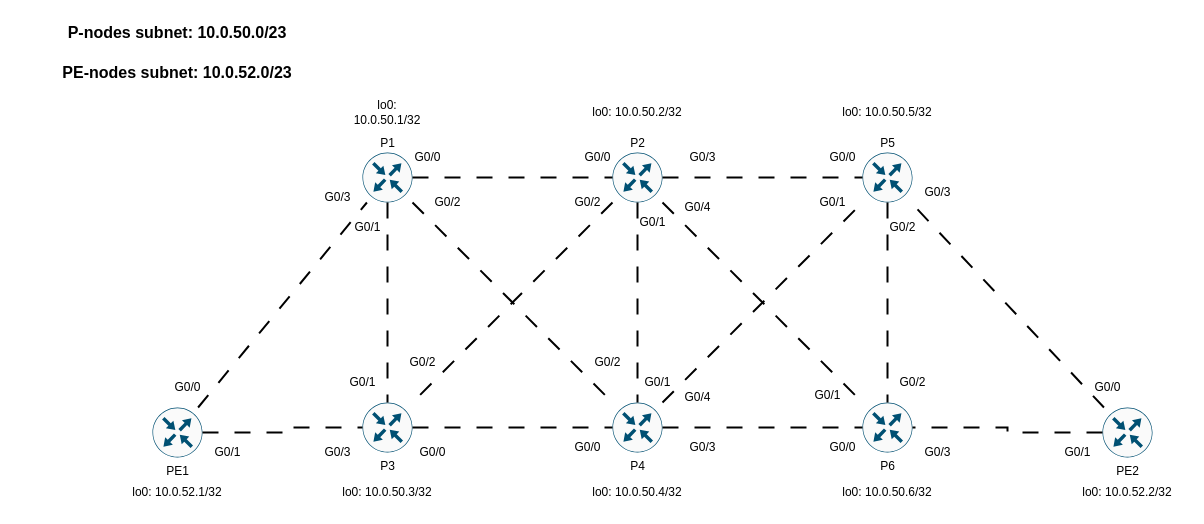
Earlier version of the draw.io diagram page "Loopback IPv4 addresses diagram" (4 of 8) of eve-ng-labs/002-ISP-MPLS-Juniper-Lab/ISP-MPLS-Lab-Diagram.drawio (roxron/networking-labs). Source tidied: cells renumbered, new cells numbered last; positions are measured from the earlier drawing's top-left corner, leaving out a move shared by most shapes. Both pictures are drawn from the tidied source at 100%, with x=0, y=0 at pixel (17, 17).
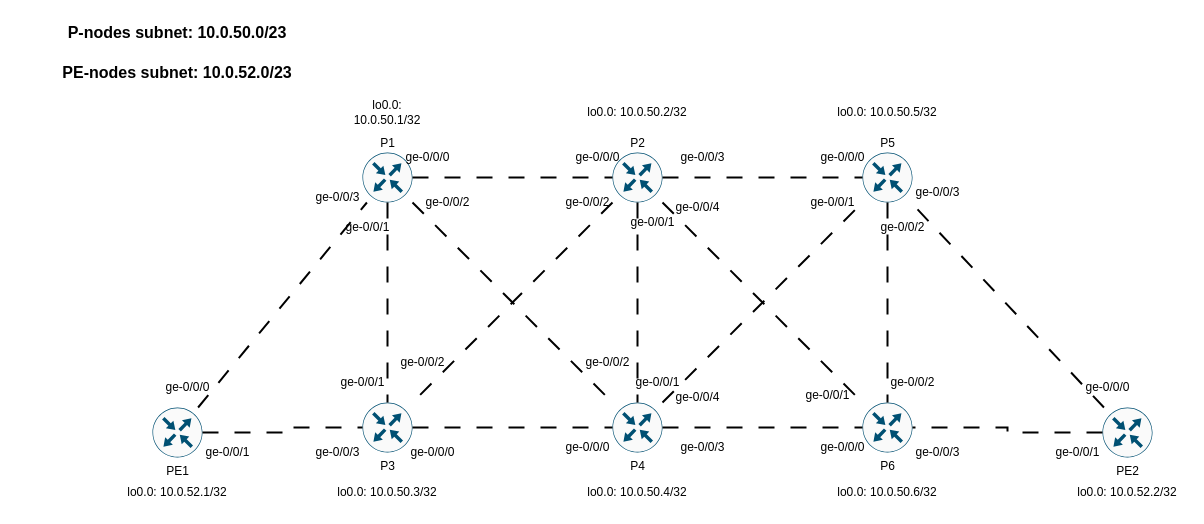
The same diagram, later.

What changed in the source:
```diff
@@
-    <mxCell id="6" value="G0/0" style="text;html=1;align=center;verticalAlign=middle;strokeColor=none;fillColor=none;" parent="1" vertex="1">
+    <mxCell id="6" value="ge-0/0/0" style="text;html=1;align=center;verticalAlign=middle;strokeColor=none;fillColor=none;" parent="1" vertex="1">
       <mxGeometry x="375" y="120" width="70" height="40" as="geometry" />
     </mxCell>
-    <mxCell id="7" value="G0/0" style="text;html=1;align=center;verticalAlign=middle;strokeColor=none;fillColor=none;" parent="1" vertex="1">
+    <mxCell id="7" value="ge-0/0/0" style="text;html=1;align=center;verticalAlign=middle;strokeColor=none;fillColor=none;" parent="1" vertex="1">
       <mxGeometry x="545" y="120" width="70" height="40" as="geometry" />
     </mxCell>
@@
-    <mxCell id="14" value="G0/1" style="text;html=1;align=center;verticalAlign=middle;strokeColor=none;fillColor=none;" parent="1" vertex="1">
+    <mxCell id="14" value="ge-0/0/1" style="text;html=1;align=center;verticalAlign=middle;strokeColor=none;fillColor=none;" parent="1" vertex="1">
       <mxGeometry x="315" y="190" width="70" height="40" as="geometry" />
     </mxCell>
-    <mxCell id="15" value="G0/1" style="text;html=1;align=center;verticalAlign=middle;strokeColor=none;fillColor=none;" parent="1" vertex="1">
+    <mxCell id="15" value="ge-0/0/1" style="text;html=1;align=center;verticalAlign=middle;strokeColor=none;fillColor=none;" parent="1" vertex="1">
       <mxGeometry x="310" y="345" width="70" height="40" as="geometry" />
     </mxCell>
@@
-    <mxCell id="17" value="G0/1" style="text;html=1;align=center;verticalAlign=middle;strokeColor=none;fillColor=none;" parent="1" vertex="1">
+    <mxCell id="17" value="ge-0/0/1" style="text;html=1;align=center;verticalAlign=middle;strokeColor=none;fillColor=none;" parent="1" vertex="1">
       <mxGeometry x="600" y="185" width="70" height="40" as="geometry" />
     </mxCell>
-    <mxCell id="18" value="G0/1" style="text;html=1;align=center;verticalAlign=middle;strokeColor=none;fillColor=none;" parent="1" vertex="1">
+    <mxCell id="18" value="ge-0/0/1" style="text;html=1;align=center;verticalAlign=middle;strokeColor=none;fillColor=none;" parent="1" vertex="1">
       <mxGeometry x="605" y="345" width="70" height="40" as="geometry" />
     </mxCell>
@@
-    <mxCell id="20" value="G0/0" style="text;html=1;align=center;verticalAlign=middle;strokeColor=none;fillColor=none;" parent="1" vertex="1">
+    <mxCell id="20" value="ge-0/0/0" style="text;html=1;align=center;verticalAlign=middle;strokeColor=none;fillColor=none;" parent="1" vertex="1">
       <mxGeometry x="380" y="415" width="70" height="40" as="geometry" />
     </mxCell>
-    <mxCell id="21" value="G0/0" style="text;html=1;align=center;verticalAlign=middle;strokeColor=none;fillColor=none;" parent="1" vertex="1">
+    <mxCell id="21" value="ge-0/0/0" style="text;html=1;align=center;verticalAlign=middle;strokeColor=none;fillColor=none;" parent="1" vertex="1">
       <mxGeometry x="535" y="410" width="70" height="40" as="geometry" />
     </mxCell>
@@
-    <mxCell id="25" value="G0/2" style="text;html=1;align=center;verticalAlign=middle;strokeColor=none;fillColor=none;" parent="1" vertex="1">
+    <mxCell id="25" value="ge-0/0/2" style="text;html=1;align=center;verticalAlign=middle;strokeColor=none;fillColor=none;" parent="1" vertex="1">
       <mxGeometry x="395" y="165" width="70" height="40" as="geometry" />
     </mxCell>
-    <mxCell id="26" value="G0/2" style="text;html=1;align=center;verticalAlign=middle;strokeColor=none;fillColor=none;" parent="1" vertex="1">
+    <mxCell id="26" value="ge-0/0/2" style="text;html=1;align=center;verticalAlign=middle;strokeColor=none;fillColor=none;" parent="1" vertex="1">
       <mxGeometry x="555" y="325" width="70" height="40" as="geometry" />
     </mxCell>
@@
-    <mxCell id="28" value="G0/2" style="text;html=1;align=center;verticalAlign=middle;strokeColor=none;fillColor=none;" parent="1" vertex="1">
+    <mxCell id="28" value="ge-0/0/2" style="text;html=1;align=center;verticalAlign=middle;strokeColor=none;fillColor=none;" parent="1" vertex="1">
       <mxGeometry x="535" y="165" width="70" height="40" as="geometry" />
     </mxCell>
-    <mxCell id="29" value="G0/2" style="text;html=1;align=center;verticalAlign=middle;strokeColor=none;fillColor=none;" parent="1" vertex="1">
+    <mxCell id="29" value="ge-0/0/2" style="text;html=1;align=center;verticalAlign=middle;strokeColor=none;fillColor=none;" parent="1" vertex="1">
       <mxGeometry x="370" y="325" width="70" height="40" as="geometry" />
     </mxCell>
@@
-    <mxCell id="34" value="G0/3" style="text;html=1;align=center;verticalAlign=middle;strokeColor=none;fillColor=none;" parent="1" vertex="1">
+    <mxCell id="34" value="ge-0/0/3" style="text;html=1;align=center;verticalAlign=middle;strokeColor=none;fillColor=none;" parent="1" vertex="1">
       <mxGeometry x="650" y="120" width="70" height="40" as="geometry" />
     </mxCell>
-    <mxCell id="35" value="G0/0" style="text;html=1;align=center;verticalAlign=middle;strokeColor=none;fillColor=none;" parent="1" vertex="1">
+    <mxCell id="35" value="ge-0/0/0" style="text;html=1;align=center;verticalAlign=middle;strokeColor=none;fillColor=none;" parent="1" vertex="1">
       <mxGeometry x="790" y="120" width="70" height="40" as="geometry" />
     </mxCell>
@@
-    <mxCell id="38" value="G0/4" style="text;html=1;align=center;verticalAlign=middle;strokeColor=none;fillColor=none;" parent="1" vertex="1">
+    <mxCell id="38" value="ge-0/0/4" style="text;html=1;align=center;verticalAlign=middle;strokeColor=none;fillColor=none;" parent="1" vertex="1">
       <mxGeometry x="645" y="170" width="70" height="40" as="geometry" />
     </mxCell>
-    <mxCell id="39" value="G0/1" style="text;html=1;align=center;verticalAlign=middle;strokeColor=none;fillColor=none;" parent="1" vertex="1">
+    <mxCell id="39" value="ge-0/0/1" style="text;html=1;align=center;verticalAlign=middle;strokeColor=none;fillColor=none;" parent="1" vertex="1">
       <mxGeometry x="775" y="358" width="70" height="40" as="geometry" />
     </mxCell>
@@
-    <mxCell id="42" value="G0/3" style="text;html=1;align=center;verticalAlign=middle;strokeColor=none;fillColor=none;" parent="1" vertex="1">
+    <mxCell id="42" value="ge-0/0/3" style="text;html=1;align=center;verticalAlign=middle;strokeColor=none;fillColor=none;" parent="1" vertex="1">
       <mxGeometry x="650" y="410" width="70" height="40" as="geometry" />
     </mxCell>
-    <mxCell id="43" value="G0/0" style="text;html=1;align=center;verticalAlign=middle;strokeColor=none;fillColor=none;" parent="1" vertex="1">
+    <mxCell id="43" value="ge-0/0/0" style="text;html=1;align=center;verticalAlign=middle;strokeColor=none;fillColor=none;" parent="1" vertex="1">
       <mxGeometry x="790" y="410" width="70" height="40" as="geometry" />
     </mxCell>
@@
-    <mxCell id="46" value="G0/4" style="text;html=1;align=center;verticalAlign=middle;strokeColor=none;fillColor=none;" parent="1" vertex="1">
+    <mxCell id="46" value="ge-0/0/4" style="text;html=1;align=center;verticalAlign=middle;strokeColor=none;fillColor=none;" parent="1" vertex="1">
       <mxGeometry x="645" y="360" width="70" height="40" as="geometry" />
     </mxCell>
-    <mxCell id="47" value="G0/1" style="text;html=1;align=center;verticalAlign=middle;strokeColor=none;fillColor=none;" parent="1" vertex="1">
+    <mxCell id="47" value="ge-0/0/1" style="text;html=1;align=center;verticalAlign=middle;strokeColor=none;fillColor=none;" parent="1" vertex="1">
       <mxGeometry x="780" y="165" width="70" height="40" as="geometry" />
     </mxCell>
@@
-    <mxCell id="50" value="G0/2" style="text;html=1;align=center;verticalAlign=middle;strokeColor=none;fillColor=none;" parent="1" vertex="1">
+    <mxCell id="50" value="ge-0/0/2" style="text;html=1;align=center;verticalAlign=middle;strokeColor=none;fillColor=none;" parent="1" vertex="1">
       <mxGeometry x="850" y="190" width="70" height="40" as="geometry" />
     </mxCell>
-    <mxCell id="51" value="G0/2" style="text;html=1;align=center;verticalAlign=middle;strokeColor=none;fillColor=none;" parent="1" vertex="1">
+    <mxCell id="51" value="ge-0/0/2" style="text;html=1;align=center;verticalAlign=middle;strokeColor=none;fillColor=none;" parent="1" vertex="1">
       <mxGeometry x="860" y="345" width="70" height="40" as="geometry" />
     </mxCell>
@@
-    <mxCell id="56" value="G0/0" style="text;html=1;align=center;verticalAlign=middle;strokeColor=none;fillColor=none;" parent="1" vertex="1">
+    <mxCell id="56" value="ge-0/0/0" style="text;html=1;align=center;verticalAlign=middle;strokeColor=none;fillColor=none;" parent="1" vertex="1">
       <mxGeometry x="135" y="350" width="70" height="40" as="geometry" />
     </mxCell>
-    <mxCell id="57" value="G0/3" style="text;html=1;align=center;verticalAlign=middle;strokeColor=none;fillColor=none;" parent="1" vertex="1">
+    <mxCell id="57" value="ge-0/0/3" style="text;html=1;align=center;verticalAlign=middle;strokeColor=none;fillColor=none;" parent="1" vertex="1">
       <mxGeometry x="285" y="160" width="70" height="40" as="geometry" />
     </mxCell>
@@
-    <mxCell id="60" value="G0/1" style="text;html=1;align=center;verticalAlign=middle;strokeColor=none;fillColor=none;" parent="1" vertex="1">
+    <mxCell id="60" value="ge-0/0/1" style="text;html=1;align=center;verticalAlign=middle;strokeColor=none;fillColor=none;" parent="1" vertex="1">
       <mxGeometry x="175" y="415" width="70" height="40" as="geometry" />
     </mxCell>
-    <mxCell id="61" value="G0/3" style="text;html=1;align=center;verticalAlign=middle;strokeColor=none;fillColor=none;" parent="1" vertex="1">
+    <mxCell id="61" value="ge-0/0/3" style="text;html=1;align=center;verticalAlign=middle;strokeColor=none;fillColor=none;" parent="1" vertex="1">
       <mxGeometry x="285" y="415" width="70" height="40" as="geometry" />
     </mxCell>
@@
-    <mxCell id="64" value="G0/0" style="text;html=1;align=center;verticalAlign=middle;strokeColor=none;fillColor=none;" parent="1" vertex="1">
+    <mxCell id="64" value="ge-0/0/0" style="text;html=1;align=center;verticalAlign=middle;strokeColor=none;fillColor=none;" parent="1" vertex="1">
       <mxGeometry x="1055" y="350" width="70" height="40" as="geometry" />
     </mxCell>
-    <mxCell id="65" value="G0/3" style="text;html=1;align=center;verticalAlign=middle;strokeColor=none;fillColor=none;" parent="1" vertex="1">
+    <mxCell id="65" value="ge-0/0/3" style="text;html=1;align=center;verticalAlign=middle;strokeColor=none;fillColor=none;" parent="1" vertex="1">
       <mxGeometry x="885" y="155" width="70" height="40" as="geometry" />
     </mxCell>
@@
-    <mxCell id="68" value="G0/1" style="text;html=1;align=center;verticalAlign=middle;strokeColor=none;fillColor=none;" parent="1" vertex="1">
+    <mxCell id="68" value="ge-0/0/1" style="text;html=1;align=center;verticalAlign=middle;strokeColor=none;fillColor=none;" parent="1" vertex="1">
       <mxGeometry x="1025" y="415" width="70" height="40" as="geometry" />
     </mxCell>
-    <mxCell id="69" value="G0/3" style="text;html=1;align=center;verticalAlign=middle;strokeColor=none;fillColor=none;" parent="1" vertex="1">
+    <mxCell id="69" value="ge-0/0/3" style="text;html=1;align=center;verticalAlign=middle;strokeColor=none;fillColor=none;" parent="1" vertex="1">
       <mxGeometry x="885" y="415" width="70" height="40" as="geometry" />
     </mxCell>
@@
-    <mxCell id="72" value="lo0: 10.0.50.1/32" style="text;html=1;whiteSpace=wrap;strokeColor=none;fillColor=none;align=center;verticalAlign=middle;rounded=0;" parent="1" vertex="1">
+    <mxCell id="72" value="lo0.0: 10.0.50.1/32" style="text;html=1;whiteSpace=wrap;strokeColor=none;fillColor=none;align=center;verticalAlign=middle;rounded=0;" parent="1" vertex="1">
       <mxGeometry x="340" y="80" width="60" height="30" as="geometry" />
     </mxCell>
-    <mxCell id="73" value="lo0: 10.0.50.2/32" style="text;html=1;whiteSpace=wrap;strokeColor=none;fillColor=none;align=center;verticalAlign=middle;rounded=0;" parent="1" vertex="1">
+    <mxCell id="73" value="lo0.0: 10.0.50.2/32" style="text;html=1;whiteSpace=wrap;strokeColor=none;fillColor=none;align=center;verticalAlign=middle;rounded=0;" parent="1" vertex="1">
       <mxGeometry x="560" y="80" width="120" height="30" as="geometry" />
     </mxCell>
-    <mxCell id="74" value="lo0: 10.0.50.3/32" style="text;html=1;whiteSpace=wrap;strokeColor=none;fillColor=none;align=center;verticalAlign=middle;rounded=0;" parent="1" vertex="1">
+    <mxCell id="74" value="lo0.0: 10.0.50.3/32" style="text;html=1;whiteSpace=wrap;strokeColor=none;fillColor=none;align=center;verticalAlign=middle;rounded=0;" parent="1" vertex="1">
       <mxGeometry x="310" y="460" width="120" height="30" as="geometry" />
     </mxCell>
-    <mxCell id="75" value="lo0: 10.0.50.4/32" style="text;html=1;whiteSpace=wrap;strokeColor=none;fillColor=none;align=center;verticalAlign=middle;rounded=0;" parent="1" vertex="1">
+    <mxCell id="75" value="lo0.0: 10.0.50.4/32" style="text;html=1;whiteSpace=wrap;strokeColor=none;fillColor=none;align=center;verticalAlign=middle;rounded=0;" parent="1" vertex="1">
       <mxGeometry x="560" y="460" width="120" height="30" as="geometry" />
     </mxCell>
-    <mxCell id="76" value="lo0: 10.0.50.5/32" style="text;html=1;whiteSpace=wrap;strokeColor=none;fillColor=none;align=center;verticalAlign=middle;rounded=0;" parent="1" vertex="1">
+    <mxCell id="76" value="lo0.0: 10.0.50.5/32" style="text;html=1;whiteSpace=wrap;strokeColor=none;fillColor=none;align=center;verticalAlign=middle;rounded=0;" parent="1" vertex="1">
       <mxGeometry x="810" y="80" width="120" height="30" as="geometry" />
     </mxCell>
-    <mxCell id="77" value="lo0: 10.0.50.6/32" style="text;html=1;whiteSpace=wrap;strokeColor=none;fillColor=none;align=center;verticalAlign=middle;rounded=0;" parent="1" vertex="1">
+    <mxCell id="77" value="lo0.0: 10.0.50.6/32" style="text;html=1;whiteSpace=wrap;strokeColor=none;fillColor=none;align=center;verticalAlign=middle;rounded=0;" parent="1" vertex="1">
       <mxGeometry x="810" y="460" width="120" height="30" as="geometry" />
     </mxCell>
-    <mxCell id="78" value="lo0: 10.0.52.1/32" style="text;html=1;whiteSpace=wrap;strokeColor=none;fillColor=none;align=center;verticalAlign=middle;rounded=0;" parent="1" vertex="1">
+    <mxCell id="78" value="lo0.0: 10.0.52.1/32" style="text;html=1;whiteSpace=wrap;strokeColor=none;fillColor=none;align=center;verticalAlign=middle;rounded=0;" parent="1" vertex="1">
       <mxGeometry x="100" y="460" width="120" height="30" as="geometry" />
     </mxCell>
-    <mxCell id="79" value="lo0: 10.0.52.2/32" style="text;html=1;whiteSpace=wrap;strokeColor=none;fillColor=none;align=center;verticalAlign=middle;rounded=0;" parent="1" vertex="1">
+    <mxCell id="79" value="lo0.0: 10.0.52.2/32" style="text;html=1;whiteSpace=wrap;strokeColor=none;fillColor=none;align=center;verticalAlign=middle;rounded=0;" parent="1" vertex="1">
       <mxGeometry x="1050" y="460" width="120" height="30" as="geometry" />
     </mxCell>
```
